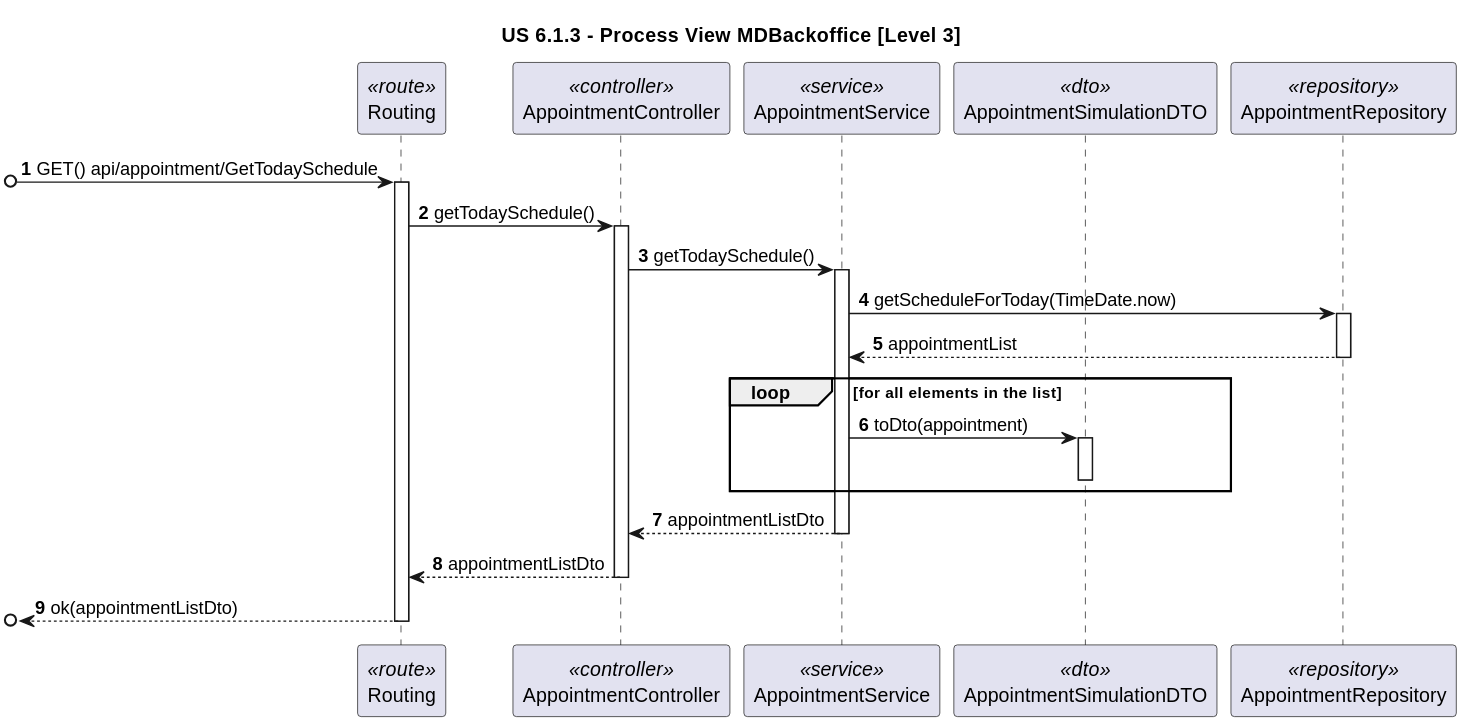
This is docs/sprint-2/1220683/us-6.1.3/Process_View/Level-3/us6.1.3-process-view-lvl3.svg from rita-barbosa/LAPR5-2425, a PlantUML export, as it was before one commit. Its diagram source:
```plantuml
@startuml
title "US 6.1.3 - Process View MDBackoffice [Level 3]"

autonumber
participant "Routing" as ROUTE <<route>>
participant "AppointmentController" as CTRL <<controller>>
participant "AppointmentService" as SVC <<service>>
participant "AppointmentSimulationDTO" as DTO <<dto>>
participant "AppointmentRepository" as IEL <<repository>>

[o-> ROUTE: GET() api/appointment/GetTodaySchedule
activate ROUTE

ROUTE -> CTRL: getTodaySchedule()
activate CTRL

CTRL ->  SVC: getTodaySchedule()
activate SVC

SVC -> IEL : getScheduleForToday(TimeDate.now)
activate IEL

IEL --> SVC : appointmentList
deactivate IEL

loop for all elements in the list

SVC -> DTO : toDto(appointment)
activate DTO
deactivate DTO
end loop

SVC --> CTRL : appointmentListDto
deactivate SVC

CTRL --> ROUTE: appointmentListDto
deactivate CTRL

[o<-- ROUTE : ok(appointmentListDto)
deactivate ROUTE
@enduml
```
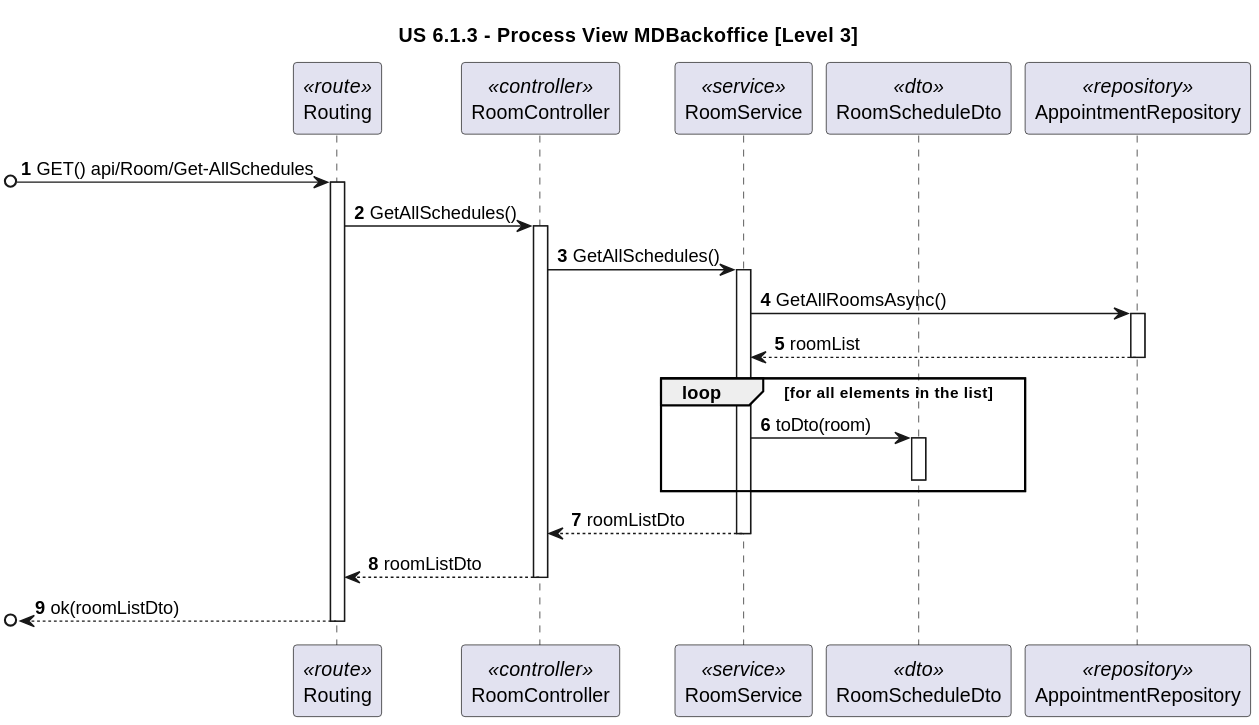
The same file after the commit.

Diff of the diagram source:
```diff
@@ -3,39 +3,39 @@
 
 autonumber
 participant "Routing" as ROUTE <<route>>
-participant "AppointmentController" as CTRL <<controller>>
-participant "AppointmentService" as SVC <<service>>
-participant "AppointmentSimulationDTO" as DTO <<dto>>
+participant "RoomController" as CTRL <<controller>>
+participant "RoomService" as SVC <<service>>
+participant "RoomScheduleDto" as DTO <<dto>>
 participant "AppointmentRepository" as IEL <<repository>>
 
-[o-> ROUTE: GET() api/appointment/GetTodaySchedule
+[o-> ROUTE: GET() api/Room/Get-AllSchedules
 activate ROUTE
 
-ROUTE -> CTRL: getTodaySchedule()
+ROUTE -> CTRL: GetAllSchedules()
 activate CTRL
 
-CTRL ->  SVC: getTodaySchedule()
+CTRL ->  SVC: GetAllSchedules()
 activate SVC
 
-SVC -> IEL : getScheduleForToday(TimeDate.now)
+SVC -> IEL : GetAllRoomsAsync()
 activate IEL
 
-IEL --> SVC : appointmentList
+IEL --> SVC : roomList
 deactivate IEL
 
 loop for all elements in the list
 
-SVC -> DTO : toDto(appointment)
+SVC -> DTO : toDto(room)
 activate DTO
 deactivate DTO
 end loop
 
-SVC --> CTRL : appointmentListDto
+SVC --> CTRL : roomListDto
 deactivate SVC
 
-CTRL --> ROUTE: appointmentListDto
+CTRL --> ROUTE: roomListDto
 deactivate CTRL
 
-[o<-- ROUTE : ok(appointmentListDto)
+[o<-- ROUTE : ok(roomListDto)
 deactivate ROUTE
 @enduml
```
